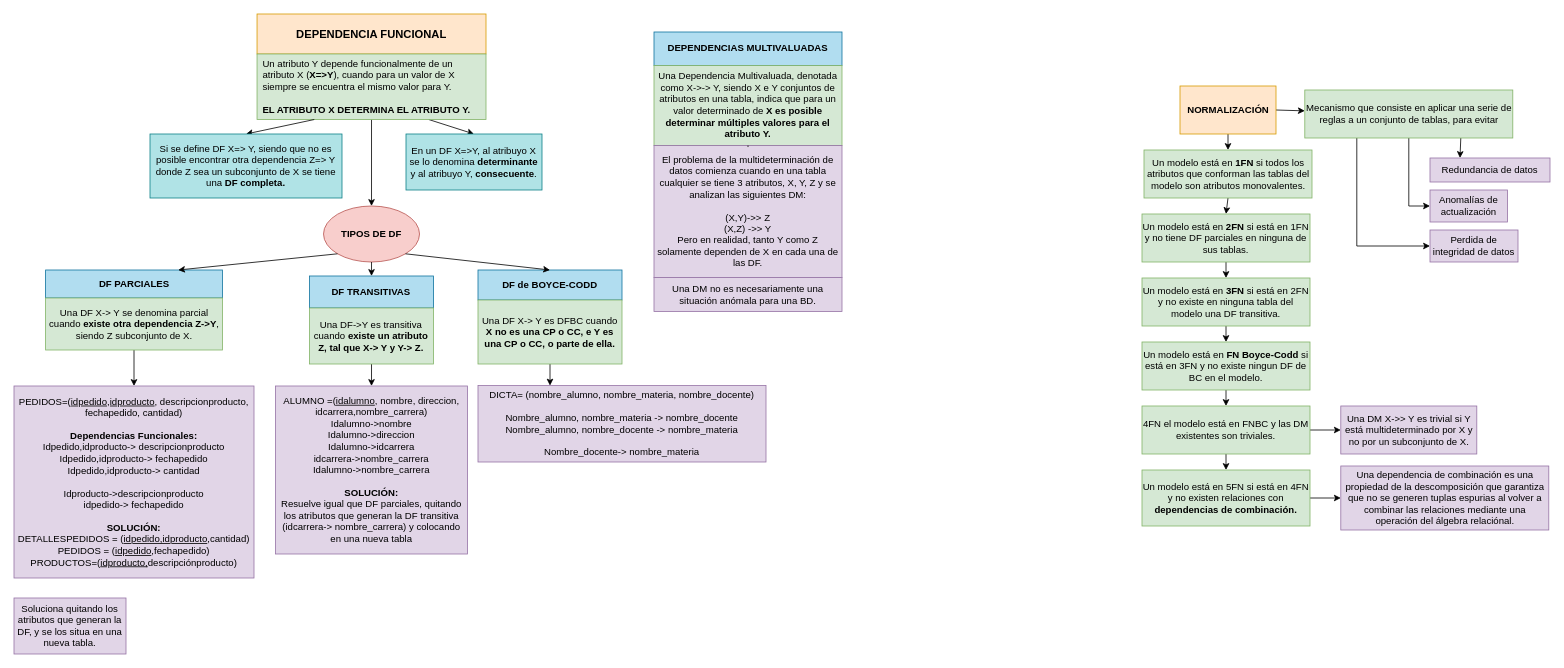
senras/DBD keeps this draw.io diagram as page "Normalización y Dependencias Funcionales" (6 of 7) of Diagrama-resumen.drawio. Above is the earlier version. Source tidied: cells renumbered, new cells numbered last; positions are measured from the earlier drawing's top-left corner, leaving out a move shared by most shapes. Both pictures are drawn from the tidied source at 80%, with x=0, y=0 at pixel (14, 14).
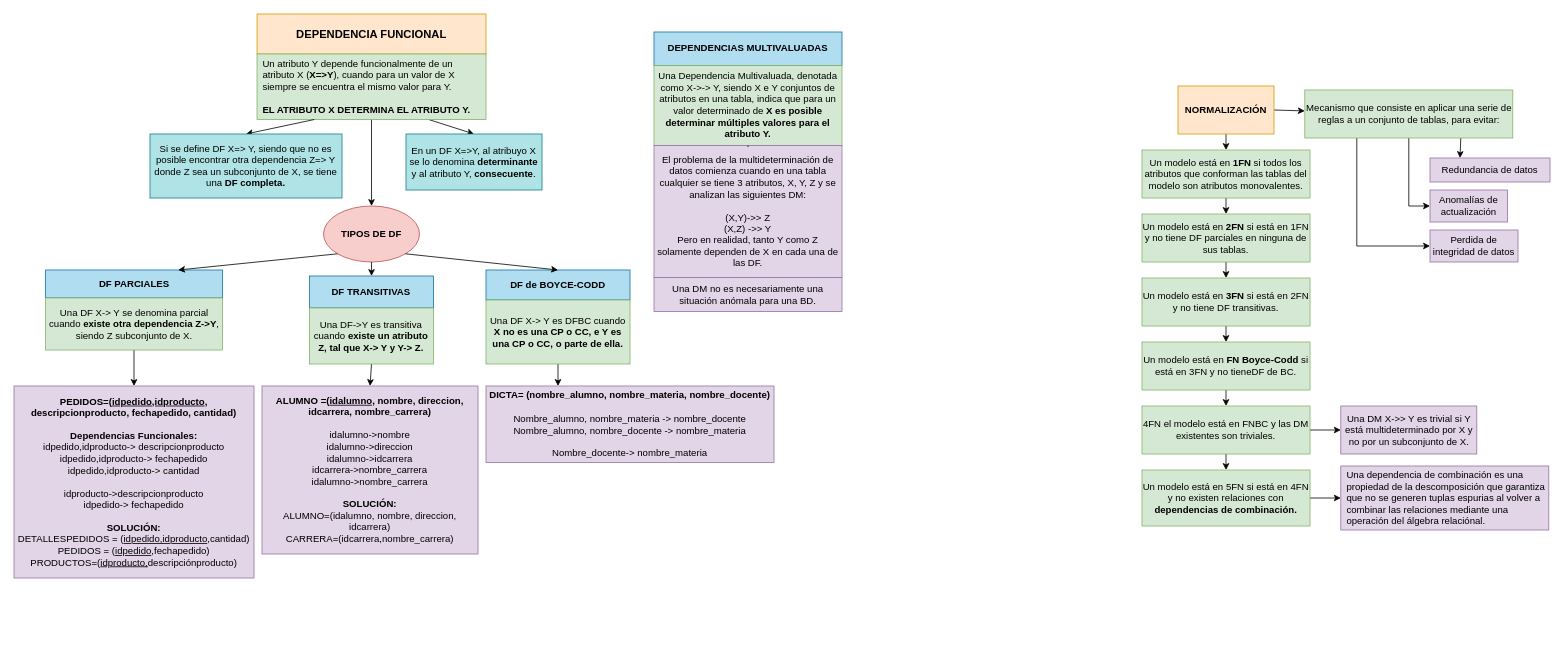
The same diagram, later.

Diff of the diagram source:
```diff
@@
     <mxCell id="4" value="&lt;b&gt;NORMALIZACIÓN&lt;/b&gt;" style="rounded=0;whiteSpace=wrap;html=1;fillColor=#ffe6cc;strokeColor=#d79b00;" parent="1" vertex="1">
-      <mxGeometry x="1457.5" y="90" width="120" height="60" as="geometry" />
+      <mxGeometry x="1455" y="90" width="120" height="60" as="geometry" />
     </mxCell>
@@
-    <mxCell id="8" value="Mecanismo que consiste en aplicar una serie de reglas a un conjunto de tablas, para evitar" style="text;html=1;strokeColor=#82b366;fillColor=#d5e8d4;align=center;verticalAlign=middle;whiteSpace=wrap;rounded=0;" parent="1" vertex="1">
+    <mxCell id="8" value="Mecanismo que consiste en aplicar una serie de reglas a un conjunto de tablas, para evitar:" style="text;html=1;strokeColor=#82b366;fillColor=#d5e8d4;align=center;verticalAlign=middle;whiteSpace=wrap;rounded=0;" parent="1" vertex="1">
       <mxGeometry x="1613.5" y="95" width="260" height="60" as="geometry" />
     </mxCell>
@@
     <mxCell id="18" value="DF de BOYCE-CODD" style="rounded=0;whiteSpace=wrap;html=1;fontStyle=1;fillColor=#b1ddf0;strokeColor=#10739e;" parent="1" vertex="1">
-      <mxGeometry x="580" y="320" width="180" height="37.5" as="geometry" />
+      <mxGeometry x="590" y="320" width="180" height="37.5" as="geometry" />
     </mxCell>
@@
-    <mxCell id="27" value="En un DF X=&amp;gt;Y, al atribuyo X se lo denomina &lt;b&gt;determinante &lt;/b&gt;y al atribuyo Y, &lt;b&gt;consecuente&lt;/b&gt;." style="rounded=0;whiteSpace=wrap;html=1;fillColor=#b0e3e6;strokeColor=#0e8088;" parent="1" vertex="1">
+    <mxCell id="27" value="En un DF X=&amp;gt;Y, al atribuyo X se lo denomina &lt;b&gt;determinante &lt;/b&gt;y al atributo Y, &lt;b&gt;consecuente&lt;/b&gt;." style="rounded=0;whiteSpace=wrap;html=1;fillColor=#b0e3e6;strokeColor=#0e8088;" parent="1" vertex="1">
       <mxGeometry x="490" y="150" width="170" height="70" as="geometry" />
     </mxCell>
-    <mxCell id="28" value="Si se define DF X=&amp;gt; Y, siendo que no es posible encontrar otra dependencia Z=&amp;gt; Y donde Z sea un subconjunto de X se tiene una&amp;nbsp;&lt;b&gt;DF completa.&lt;/b&gt;&lt;b&gt;&lt;br&gt;&lt;/b&gt;" style="rounded=0;whiteSpace=wrap;html=1;fillColor=#b0e3e6;strokeColor=#0e8088;" parent="1" vertex="1">
+    <mxCell id="28" value="Si se define DF X=&amp;gt; Y, siendo que no es posible encontrar otra dependencia Z=&amp;gt; Y donde Z sea un subconjunto de X, se tiene una&amp;nbsp;&lt;b&gt;DF completa.&lt;/b&gt;&lt;b&gt;&lt;br&gt;&lt;/b&gt;" style="rounded=0;whiteSpace=wrap;html=1;fillColor=#b0e3e6;strokeColor=#0e8088;" parent="1" vertex="1">
       <mxGeometry x="170" y="150" width="240" height="80" as="geometry" />
     </mxCell>
@@
-    <mxCell id="33" value="PEDIDOS=(&lt;u&gt;idpedido,idproducto&lt;/u&gt;, descripcionproducto, fechapedido, cantidad)&lt;br&gt;&lt;br&gt;&lt;b&gt;Dependencias Funcionales:&lt;/b&gt;&lt;br&gt;Idpedido,idproducto-&amp;gt; descripcionproducto&lt;br&gt;Idpedido,idproducto-&amp;gt; fechapedido&lt;br&gt;Idpedido,idproducto-&amp;gt; cantidad&lt;br&gt;&lt;br&gt;Idproducto-&amp;gt;descripcionproducto&lt;br&gt;idpedido-&amp;gt; fechapedido&lt;br&gt;&lt;br&gt;&lt;b&gt;SOLUCIÓN:&lt;/b&gt;&lt;br&gt;DETALLESPEDIDOS = (&lt;u&gt;idpedido,idproducto&lt;/u&gt;,cantidad)&lt;br&gt;PEDIDOS = (&lt;u&gt;idpedido&lt;/u&gt;,fechapedido)&lt;br&gt;PRODUCTOS=(&lt;u&gt;idproducto,&lt;/u&gt;descripciónproducto)" style="rounded=0;whiteSpace=wrap;html=1;fillColor=#e1d5e7;strokeColor=#9673a6;" parent="1" vertex="1">
+    <mxCell id="33" value="&lt;b&gt;PEDIDOS=(&lt;u&gt;idpedido,idproducto&lt;/u&gt;, descripcionproducto, fechapedido, cantidad)&lt;/b&gt;&lt;br&gt;&lt;br&gt;&lt;b&gt;Dependencias Funcionales:&lt;/b&gt;&lt;br&gt;idpedido,idproducto-&amp;gt; descripcionproducto&lt;br&gt;idpedido,idproducto-&amp;gt; fechapedido&lt;br&gt;idpedido,idproducto-&amp;gt; cantidad&lt;br&gt;&lt;br&gt;idproducto-&amp;gt;descripcionproducto&lt;br&gt;idpedido-&amp;gt; fechapedido&lt;br&gt;&lt;br&gt;&lt;b&gt;SOLUCIÓN:&lt;/b&gt;&lt;br&gt;DETALLESPEDIDOS = (&lt;u&gt;idpedido,idproducto&lt;/u&gt;,cantidad)&lt;br&gt;PEDIDOS = (&lt;u&gt;idpedido&lt;/u&gt;,fechapedido)&lt;br&gt;PRODUCTOS=(&lt;u&gt;idproducto,&lt;/u&gt;descripciónproducto)" style="rounded=0;whiteSpace=wrap;html=1;fillColor=#e1d5e7;strokeColor=#9673a6;" parent="1" vertex="1">
       <mxGeometry y="465" width="300" height="240" as="geometry" />
     </mxCell>
-    <mxCell id="34" value="ALUMNO =(&lt;u&gt;idalumno&lt;/u&gt;, nombre, direccion, idcarrera,nombre_carrera)&lt;br&gt;Idalumno-&amp;gt;nombre&lt;br&gt;Idalumno-&amp;gt;direccion&lt;br&gt;Idalumno-&amp;gt;idcarrera&lt;br&gt;idcarrera-&amp;gt;nombre_carrera&lt;br&gt;Idalumno-&amp;gt;nombre_carrera&lt;br&gt;&lt;br&gt;&lt;b&gt;SOLUCIÓN:&lt;br&gt;&lt;/b&gt;Resuelve igual que DF parciales, quitando los atributos que generan la DF transitiva (idcarrera-&amp;gt; nombre_carrera) y colocando en una nueva tabla" style="rounded=0;whiteSpace=wrap;html=1;fillColor=#e1d5e7;strokeColor=#9673a6;" parent="1" vertex="1">
-      <mxGeometry x="326.9" y="465" width="240" height="210" as="geometry" />
+    <mxCell id="34" value="&lt;b&gt;ALUMNO =(&lt;u&gt;idalumno&lt;/u&gt;, nombre, direccion, idcarrera, nombre_carrera)&lt;/b&gt;&lt;br&gt;&lt;br&gt;idalumno-&amp;gt;nombre&lt;br&gt;idalumno-&amp;gt;direccion&lt;br&gt;idalumno-&amp;gt;idcarrera&lt;br&gt;idcarrera-&amp;gt;nombre_carrera&lt;br&gt;idalumno-&amp;gt;nombre_carrera&lt;br&gt;&lt;br&gt;&lt;b&gt;SOLUCIÓN:&lt;/b&gt;&lt;br&gt;ALUMNO=(idalumno, nombre, direccion, idcarrera)&lt;br&gt;CARRERA=(idcarrera,nombre_carrera)" style="rounded=0;whiteSpace=wrap;html=1;fillColor=#e1d5e7;strokeColor=#9673a6;" parent="1" vertex="1">
+      <mxGeometry x="310" y="465" width="270" height="210" as="geometry" />
     </mxCell>
@@
     <mxCell id="36" value="Una DF X-&amp;gt; Y es DFBC cuando &lt;b&gt;X no es una CP o CC, e Y es una CP o CC, o parte de ella.&lt;/b&gt;" style="rounded=0;whiteSpace=wrap;html=1;fillColor=#d5e8d4;strokeColor=#82b366;" parent="1" vertex="1">
-      <mxGeometry x="580" y="357.5" width="180" height="80" as="geometry" />
+      <mxGeometry x="590" y="357.5" width="180" height="80" as="geometry" />
     </mxCell>
-    <mxCell id="37" value="DICTA= (nombre_alumno, nombre_materia, nombre_docente)&lt;br&gt;&lt;br&gt;Nombre_alumno, nombre_materia -&amp;gt; nombre_docente&lt;br&gt;Nombre_alumno, nombre_docente -&amp;gt; nombre_materia&lt;br&gt;&lt;br&gt;Nombre_docente-&amp;gt; nombre_materia" style="rounded=0;whiteSpace=wrap;html=1;fillColor=#e1d5e7;strokeColor=#9673a6;" parent="1" vertex="1">
-      <mxGeometry x="580" y="464.5" width="360" height="95.5" as="geometry" />
+    <mxCell id="37" value="&lt;b&gt;DICTA= (nombre_alumno, nombre_materia, nombre_docente)&lt;/b&gt;&lt;br&gt;&lt;br&gt;Nombre_alumno, nombre_materia -&amp;gt; nombre_docente&lt;br&gt;Nombre_alumno, nombre_docente -&amp;gt; nombre_materia&lt;br&gt;&lt;br&gt;Nombre_docente-&amp;gt; nombre_materia" style="rounded=0;whiteSpace=wrap;html=1;fillColor=#e1d5e7;strokeColor=#9673a6;" parent="1" vertex="1">
+      <mxGeometry x="590" y="465" width="360" height="95.5" as="geometry" />
     </mxCell>
@@
     <mxCell id="39" value="Un modelo está en &lt;b&gt;1FN &lt;/b&gt;si todos los atributos que conforman las tablas del modelo son atributos monovalentes." style="rounded=0;whiteSpace=wrap;html=1;fillColor=#d5e8d4;strokeColor=#82b366;" parent="1" vertex="1">
-      <mxGeometry x="1412.5" y="170" width="210" height="60" as="geometry" />
+      <mxGeometry x="1410" y="170" width="210" height="60" as="geometry" />
     </mxCell>
@@
-    <mxCell id="42" value="Soluciona quitando los atributos que generan la DF, y se los situa en una nueva tabla." style="rounded=0;whiteSpace=wrap;html=1;fillColor=#e1d5e7;strokeColor=#9673a6;" parent="1" vertex="1">
-      <mxGeometry y="730" width="140" height="70" as="geometry" />
-    </mxCell>
@@
-    <mxCell id="44" value="Un modelo está en &lt;b&gt;3FN&lt;/b&gt;&amp;nbsp;si está en 2FN y no existe en ninguna tabla del modelo una DF transitiva." style="rounded=0;whiteSpace=wrap;html=1;fillColor=#d5e8d4;strokeColor=#82b366;" parent="1" vertex="1">
+    <mxCell id="44" value="Un modelo está en &lt;b&gt;3FN&lt;/b&gt;&amp;nbsp;si está en 2FN y no tiene DF transitivas." style="rounded=0;whiteSpace=wrap;html=1;fillColor=#d5e8d4;strokeColor=#82b366;" parent="1" vertex="1">
       <mxGeometry x="1410" y="330" width="210" height="60" as="geometry" />
     </mxCell>
@@
-    <mxCell id="46" value="Un modelo está en &lt;b&gt;FN Boyce-Codd&lt;/b&gt; si está en 3FN y no existe ningun DF de BC en el modelo." style="rounded=0;whiteSpace=wrap;html=1;fillColor=#d5e8d4;strokeColor=#82b366;" parent="1" vertex="1">
+    <mxCell id="46" value="Un modelo está en &lt;b&gt;FN Boyce-Codd&lt;/b&gt; si está en 3FN y no tieneDF de BC." style="rounded=0;whiteSpace=wrap;html=1;fillColor=#d5e8d4;strokeColor=#82b366;" parent="1" vertex="1">
       <mxGeometry x="1410" y="410" width="210" height="60" as="geometry" />
     </mxCell>
@@
-    <mxCell id="54" value="&lt;span&gt;Una dependencia de combinación es una propiedad de la descomposición que garantiza que no se generen tuplas espurias al volver a combinar las relaciones mediante una operación del álgebra relaciónal.&lt;/span&gt;" style="rounded=0;whiteSpace=wrap;html=1;fillColor=#e1d5e7;strokeColor=#9673a6;" parent="1" vertex="1">
+    <mxCell id="54" value="&lt;span&gt;Una dependencia de combinación es una propiedad de la descomposición que garantiza que no se generen tuplas espurias al volver a combinar las relaciones mediante una operación del álgebra relaciónal.&lt;/span&gt;" style="rounded=0;whiteSpace=wrap;html=1;fillColor=#e1d5e7;strokeColor=#9673a6;align=left;spacingLeft=5;" parent="1" vertex="1">
       <mxGeometry x="1658.5" y="565" width="260" height="80" as="geometry" />
     </mxCell>
```
